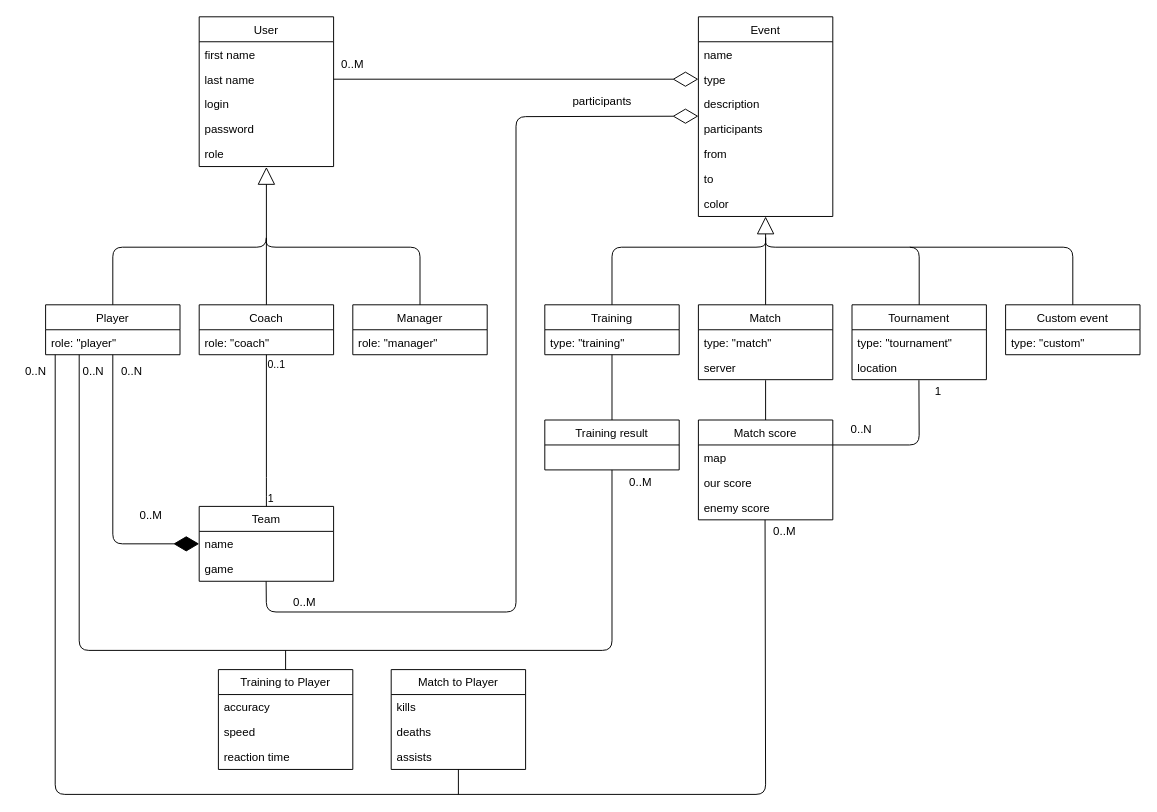
dminikm/EsportsIS keeps this draw.io diagram as DomainModel.drawio. Above is the earlier version. Source tidied: cells renumbered, new cells numbered last; positions are measured from the earlier drawing's top-left corner, leaving out a move shared by most shapes. Both pictures are drawn from the tidied source at 96%, with x=0, y=0 at pixel (16, 16).
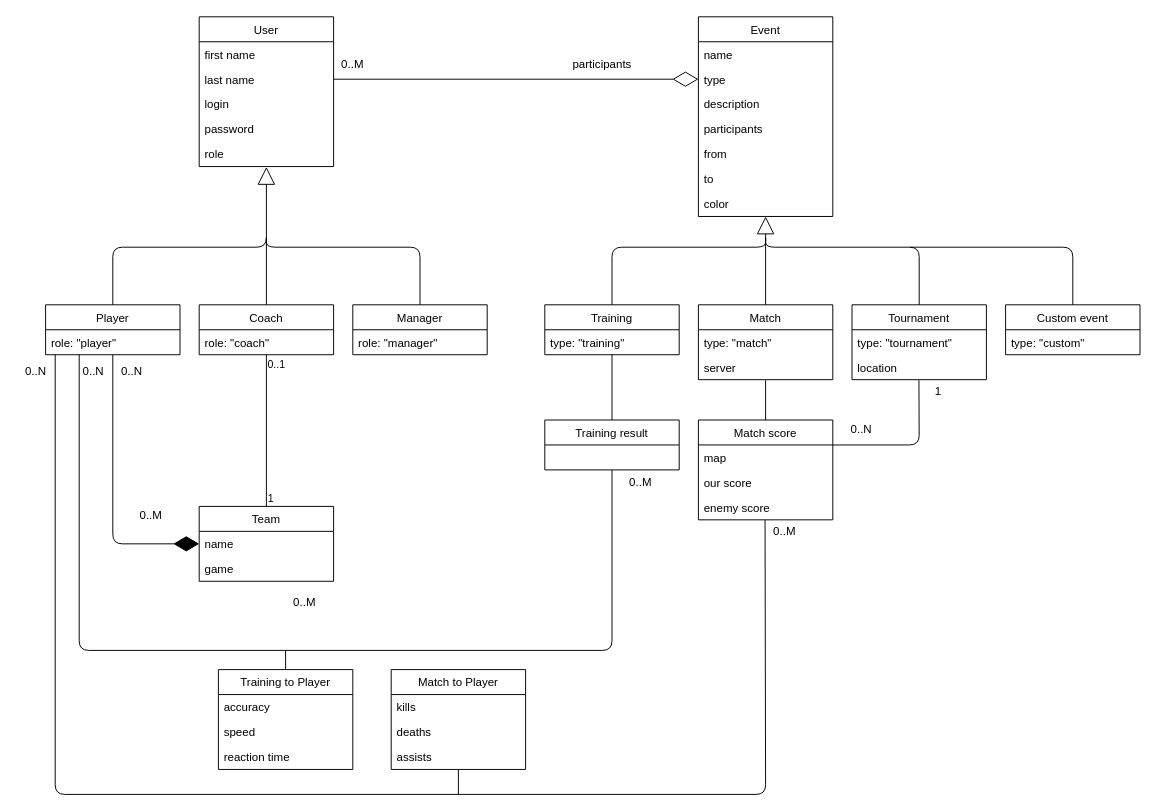
The same diagram, later.

The change refers to these unchanged cells:
```xml
<mxCell id="35" value="game" style="text;strokeColor=none;fillColor=none;align=left;verticalAlign=top;spacingLeft=4;spacingRight=4;overflow=hidden;points=[[0,0.5],[1,0.5]];portConstraint=eastwest;" parent="33" vertex="1">
  <mxGeometry y="52" width="140" height="26" as="geometry" />
</mxCell>
```

Diff of the diagram source:
```diff
@@
-    <mxCell id="73" style="endArrow=diamondThin;endFill=0;endSize=24;html=1;entryX=0;entryY=0.5;entryDx=0;entryDy=0;exitX=0.498;exitY=1.001;exitDx=0;exitDy=0;exitPerimeter=0;" parent="1" edge="1" source="35">
-      <mxGeometry relative="1" as="geometry">
-        <mxPoint x="710" y="103.5" as="targetPoint" />
-        <Array as="points">
-          <mxPoint x="260" y="620" />
-          <mxPoint x="520" y="620" />
-          <mxPoint x="520" y="104" />
-        </Array>
-      </mxGeometry>
-    </mxCell>
@@
     <mxCell id="75" value="participants" style="text;html=1;strokeColor=none;fillColor=none;align=center;verticalAlign=middle;whiteSpace=wrap;rounded=0;" parent="1" vertex="1">
-      <mxGeometry x="590" y="78" width="40" height="20" as="geometry" />
+      <mxGeometry x="590" y="40" width="40" height="20" as="geometry" />
     </mxCell>
```
